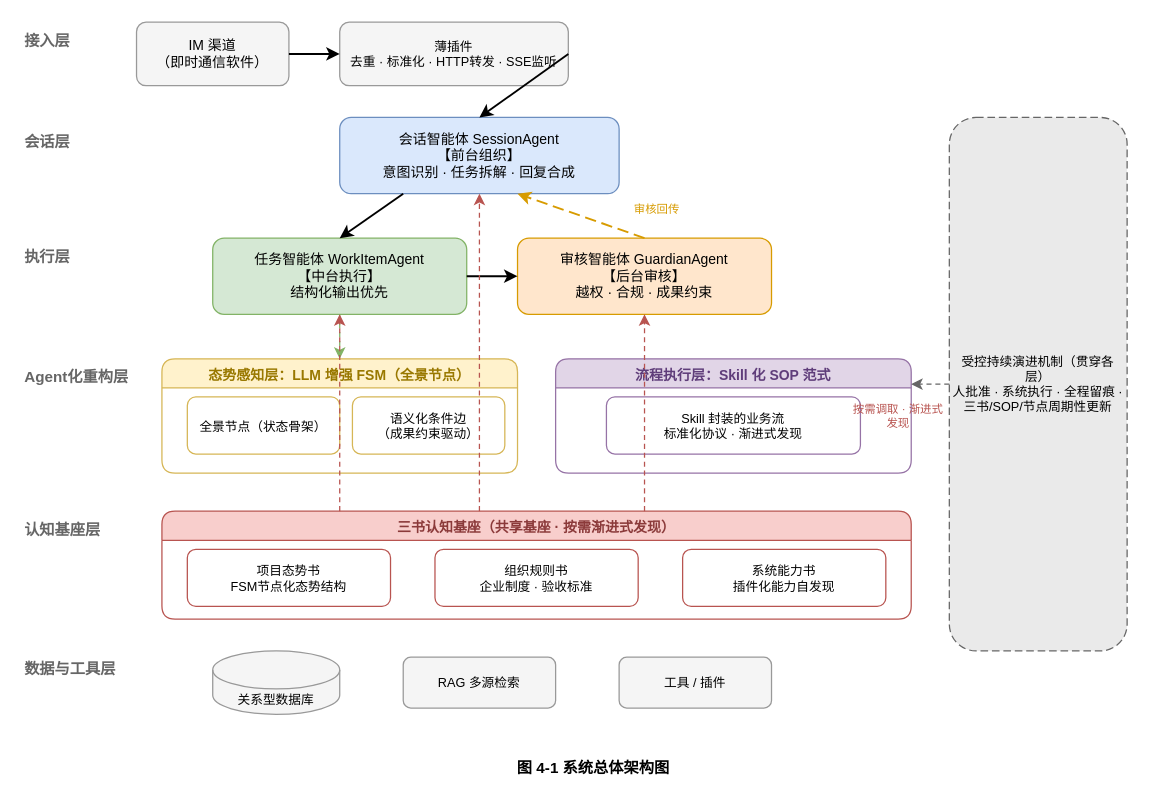
Above: docs/论文类/附图类/图 4-1 系统总体架构图.drawio in Ellyshome/Emily (draw.io), before the change. Source tidied: cells renumbered, new cells numbered last; positions are measured from the earlier drawing's top-left corner, leaving out a move shared by most shapes. Both pictures are drawn from the tidied source at 127%, with x=0, y=0 at pixel (22, 22).
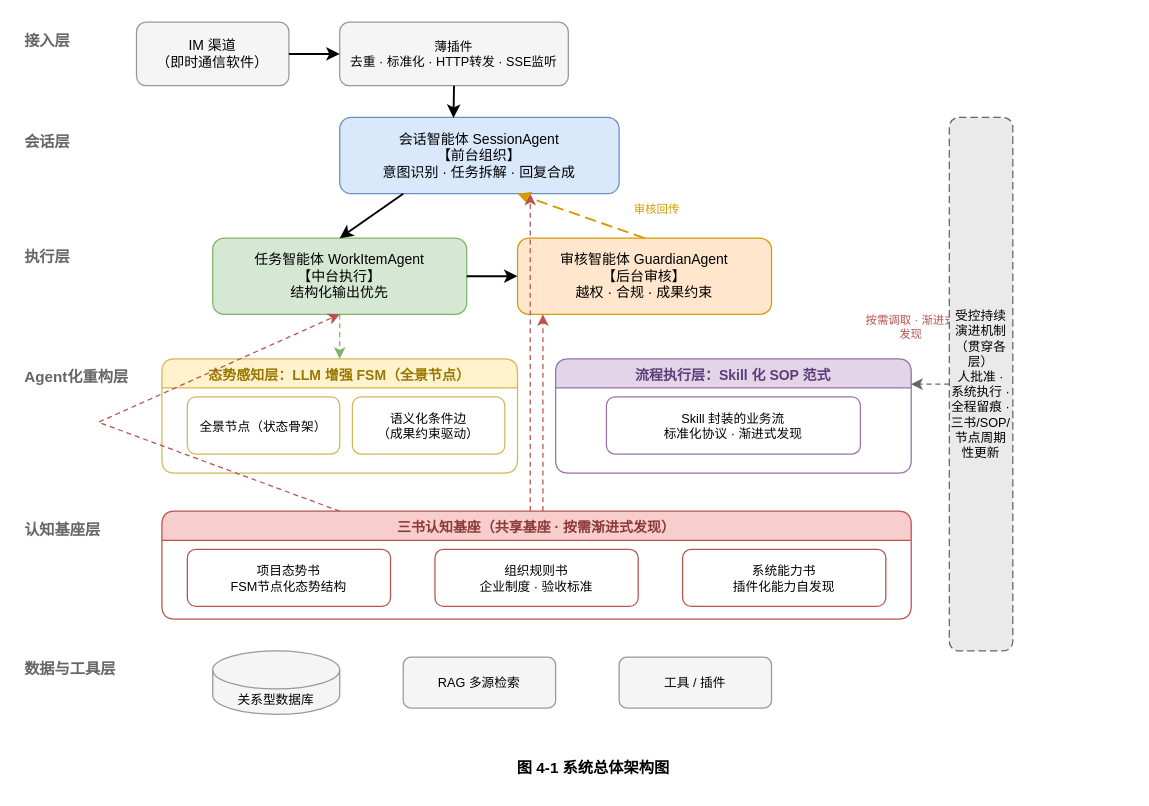
After the change.

Unchanged cells that the change refers to:
```xml
<mxCell id="4" value="薄插件&#10;去重 · 标准化 · HTTP转发 · SSE监听" style="rounded=1;whiteSpace=wrap;html=1;fillColor=#f5f5f5;strokeColor=#999999;fontSize=10;align=center;verticalAlign=middle;" parent="1" vertex="1">
  <mxGeometry x="250" width="180" height="50" as="geometry" />
</mxCell>
<mxCell id="7" value="会话智能体 SessionAgent&#10;【前台组织】&#10;意图识别 · 任务拆解 · 回复合成" style="rounded=1;whiteSpace=wrap;html=1;fillColor=#dae8fc;strokeColor=#6c8ebf;fontSize=11;align=center;verticalAlign=middle;" parent="1" vertex="1">
  <mxGeometry x="250" y="75" width="220" height="60" as="geometry" />
</mxCell>
```

Change to the diagram source:
```diff
@@
-    <mxCell id="8" style="endArrow=classic;html=1;rounded=0;strokeWidth=1.5;" parent="1" edge="1">
-      <mxGeometry relative="1" as="geometry">
-        <mxPoint x="430" y="25" as="sourcePoint" />
-        <mxPoint x="360" y="75" as="targetPoint" />
-      </mxGeometry>
+    <mxCell id="8" style="endArrow=classic;html=1;rounded=0;strokeWidth=1.5;exitX=0.5;exitY=1;exitDx=0;exitDy=0;entryX=0.407;entryY=0.006;entryDx=0;entryDy=0;entryPerimeter=0;" parent="1" edge="1" source="4" target="7">
+      <mxGeometry relative="1" as="geometry" />
     </mxCell>
@@
     <mxCell id="31" style="endArrow=classic;html=1;rounded=0;strokeWidth=1;strokeColor=#b85450;dashed=1;dashPattern=4 3;" parent="1" edge="1">
       <mxGeometry relative="1" as="geometry">
-        <mxPoint x="360" y="385" as="sourcePoint" />
-        <mxPoint x="360" y="135" as="targetPoint" />
+        <mxPoint x="400" y="385" as="sourcePoint" />
+        <mxPoint x="400" y="135" as="targetPoint" />
       </mxGeometry>
     </mxCell>
     <mxCell id="32" style="endArrow=classic;html=1;rounded=0;strokeWidth=1;strokeColor=#b85450;dashed=1;dashPattern=4 3;" parent="1" edge="1">
       <mxGeometry relative="1" as="geometry">
         <mxPoint x="250" y="385" as="sourcePoint" />
         <mxPoint x="250" y="230" as="targetPoint" />
+        <Array as="points">
+          <mxPoint x="60" y="315" />
+        </Array>
       </mxGeometry>
     </mxCell>
     <mxCell id="33" style="endArrow=classic;html=1;rounded=0;strokeWidth=1;strokeColor=#b85450;dashed=1;dashPattern=4 3;" parent="1" edge="1">
       <mxGeometry relative="1" as="geometry">
-        <mxPoint x="490" y="385" as="sourcePoint" />
-        <mxPoint x="490" y="230" as="targetPoint" />
+        <mxPoint x="410" y="385" as="sourcePoint" />
+        <mxPoint x="410" y="230" as="targetPoint" />
       </mxGeometry>
     </mxCell>
     <mxCell id="34" value="按需调取 · 渐进式发现" style="text;html=1;strokeColor=none;fillColor=none;align=center;verticalAlign=middle;whiteSpace=wrap;rounded=0;fontSize=9;fontColor=#b85450;" parent="1" vertex="1">
-      <mxGeometry x="650" y="295" width="80" height="30" as="geometry" />
+      <mxGeometry x="660" y="225" width="80" height="30" as="geometry" />
     </mxCell>
@@
     <mxCell id="39" value="受控持续演进机制（贯穿各层）&#10;人批准 · 系统执行 · 全程留痕 · 三书/SOP/节点周期性更新" style="rounded=1;whiteSpace=wrap;html=1;fillColor=#eaeaea;strokeColor=#666666;fontSize=10;align=center;verticalAlign=middle;dashed=1;dashPattern=6 3;" parent="1" vertex="1">
-      <mxGeometry x="730" y="75" width="140" height="420" as="geometry" />
+      <mxGeometry x="730" y="75" width="50" height="420" as="geometry" />
     </mxCell>
```
